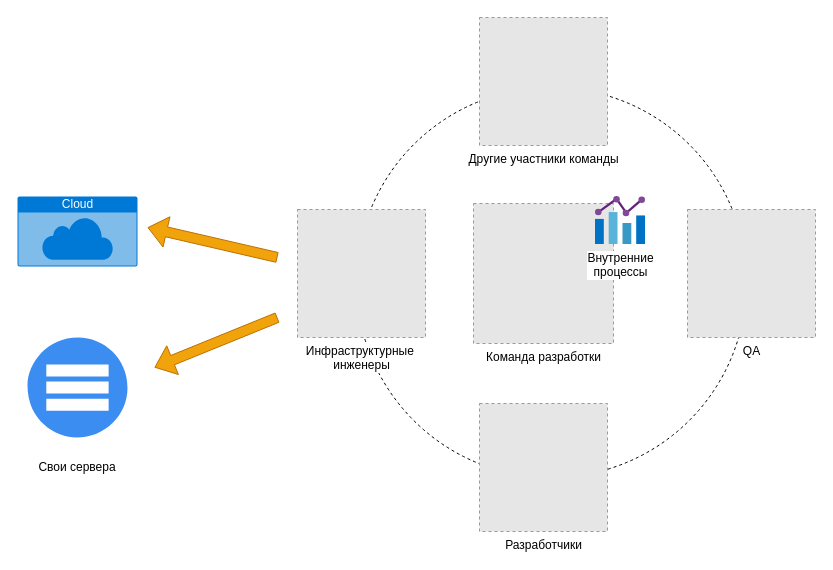
This is src/draw.io/infra-eng-in-team.drawio from b1ff/learning-architect.blog, a draw.io file, before an edit. Source tidied: cells renumbered, new cells numbered last; positions are measured from the earlier drawing's top-left corner, leaving out a move shared by most shapes. Both pictures are drawn from the tidied source at 100%, with x=0, y=0 at pixel (17, 17). Pictures stored in the file or linked from it are replaced by grey dashed boxes.
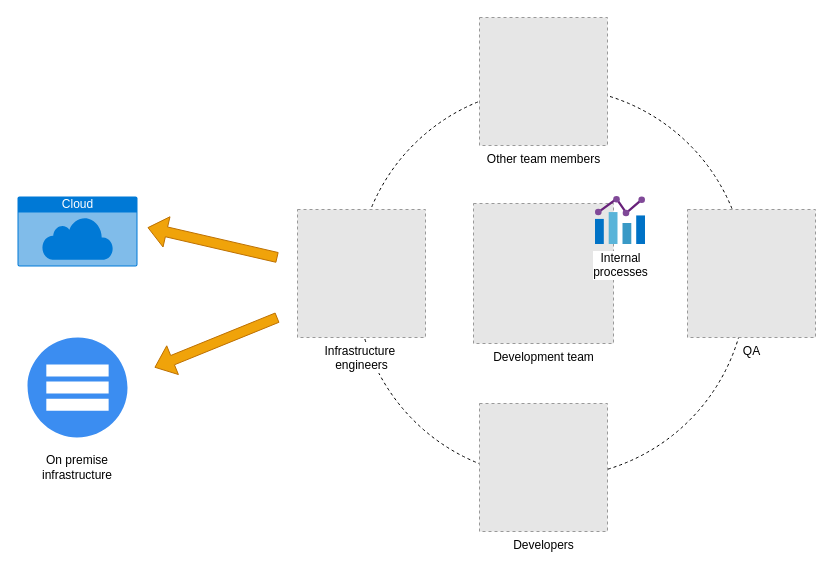
After the change.

Diff of the diagram source:
```diff
@@
 <mxGraphModel>
   <root>
     <mxCell id="0" />
     <mxCell id="1" parent="0" />
     <mxCell id="2" style="ellipse;whiteSpace=wrap;html=1;fillColor=none;dashed=1;" parent="1" vertex="1">
       <mxGeometry x="339" y="70" width="390" height="390" as="geometry" />
     </mxCell>
-    <mxCell id="3" value="Команда разработки" style="fillColor=#E6E6E6;strokeColor=#999999;dashed=1;html=1;verticalAlign=top;verticalLabelPosition=bottom;labelBackgroundColor=#ffffff;" parent="1" vertex="1">
+    <mxCell id="3" value="Development team" style="fillColor=#E6E6E6;strokeColor=#999999;dashed=1;html=1;verticalAlign=top;verticalLabelPosition=bottom;labelBackgroundColor=#ffffff;" parent="1" vertex="1">
       <mxGeometry x="456" y="186" width="140" height="140" as="geometry" />
     </mxCell>
     <mxCell id="4" value="Cloud" style="html=1;strokeColor=none;fillColor=#0079D6;labelPosition=center;verticalLabelPosition=middle;verticalAlign=top;align=center;fontSize=12;spacingTop=-6;fontColor=#FFFFFF;shape=mxgraph.sitemap.cloud;" parent="1" vertex="1">
       <mxGeometry y="179" width="120" height="70" as="geometry" />
     </mxCell>
     <mxCell id="5" style="shape=flexArrow;endArrow=classic;html=1;fillColor=#f0a30a;strokeColor=#BD7000;" parent="1" edge="1">
       <mxGeometry relative="1" as="geometry">
         <mxPoint x="260" y="240" as="sourcePoint" />
         <mxPoint x="130" y="210" as="targetPoint" />
       </mxGeometry>
     </mxCell>
     <mxCell id="6" style="html=1;strokeColor=none;shadow=0;align=center;verticalAlign=top;fillColor=#3B8DF1;shape=mxgraph.gcp2.servers_stacked;" parent="1" vertex="1">
       <mxGeometry x="10" y="320" width="100" height="100" as="geometry" />
     </mxCell>
     <mxCell id="7" style="shape=flexArrow;endArrow=classic;html=1;fillColor=#f0a30a;strokeColor=#BD7000;" parent="1" edge="1">
       <mxGeometry relative="1" as="geometry">
         <mxPoint x="260" y="300" as="sourcePoint" />
         <mxPoint x="137" y="350" as="targetPoint" />
       </mxGeometry>
     </mxCell>
-    <mxCell id="8" value="Свои сервера" style="text;html=1;strokeColor=none;fillColor=none;align=center;verticalAlign=middle;whiteSpace=wrap;rounded=0;" parent="1" vertex="1">
+    <mxCell id="8" value="On premise infrastructure" style="text;html=1;strokeColor=none;fillColor=none;align=center;verticalAlign=middle;whiteSpace=wrap;rounded=0;" parent="1" vertex="1">
       <mxGeometry x="20" y="440" width="80" height="20" as="geometry" />
     </mxCell>
-    <mxCell id="9" value="Внутренние &lt;br&gt;процессы" style="html=1;align=center;image;fontSize=12;image=img/lib/mscae/Chart.svg;" parent="1" vertex="1">
+    <mxCell id="9" value="Internal &lt;br&gt;processes" style="html=1;align=center;image;fontSize=12;image=img/lib/mscae/Chart.svg;" parent="1" vertex="1">
       <mxGeometry x="578" y="179" width="50" height="48" as="geometry" />
     </mxCell>
-    <mxCell id="10" value="Разработчики" style="fillColor=#E6E6E6;strokeColor=#999999;dashed=1;html=1;verticalAlign=top;verticalLabelPosition=bottom;labelBackgroundColor=#ffffff;" parent="1" vertex="1">
+    <mxCell id="10" value="Developers" style="fillColor=#E6E6E6;strokeColor=#999999;dashed=1;html=1;verticalAlign=top;verticalLabelPosition=bottom;labelBackgroundColor=#ffffff;" parent="1" vertex="1">
       <mxGeometry x="462" y="386" width="128" height="128" as="geometry" />
     </mxCell>
     <mxCell id="11" value="QA" style="fillColor=#E6E6E6;strokeColor=#999999;dashed=1;html=1;verticalAlign=top;verticalLabelPosition=bottom;labelBackgroundColor=#ffffff;" parent="1" vertex="1">
       <mxGeometry x="670" y="192" width="128" height="128" as="geometry" />
     </mxCell>
-    <mxCell id="12" value="Инфраструктурные&amp;nbsp;&lt;br&gt;инженеры" style="fillColor=#E6E6E6;strokeColor=#999999;dashed=1;html=1;verticalAlign=top;verticalLabelPosition=bottom;labelBackgroundColor=#ffffff;" parent="1" vertex="1">
+    <mxCell id="12" value="Infrastructure&amp;nbsp;&lt;br&gt;engineers" style="fillColor=#E6E6E6;strokeColor=#999999;dashed=1;html=1;verticalAlign=top;verticalLabelPosition=bottom;labelBackgroundColor=#ffffff;" parent="1" vertex="1">
       <mxGeometry x="280" y="192" width="128" height="128" as="geometry" />
     </mxCell>
-    <mxCell id="13" value="Другие участники команды" style="fillColor=#E6E6E6;strokeColor=#999999;dashed=1;html=1;verticalAlign=top;verticalLabelPosition=bottom;labelBackgroundColor=#ffffff;" parent="1" vertex="1">
+    <mxCell id="13" value="Other team members" style="fillColor=#E6E6E6;strokeColor=#999999;dashed=1;html=1;verticalAlign=top;verticalLabelPosition=bottom;labelBackgroundColor=#ffffff;" parent="1" vertex="1">
       <mxGeometry x="462" width="128" height="128" as="geometry" />
     </mxCell>
   </root>
 </mxGraphModel>
```
